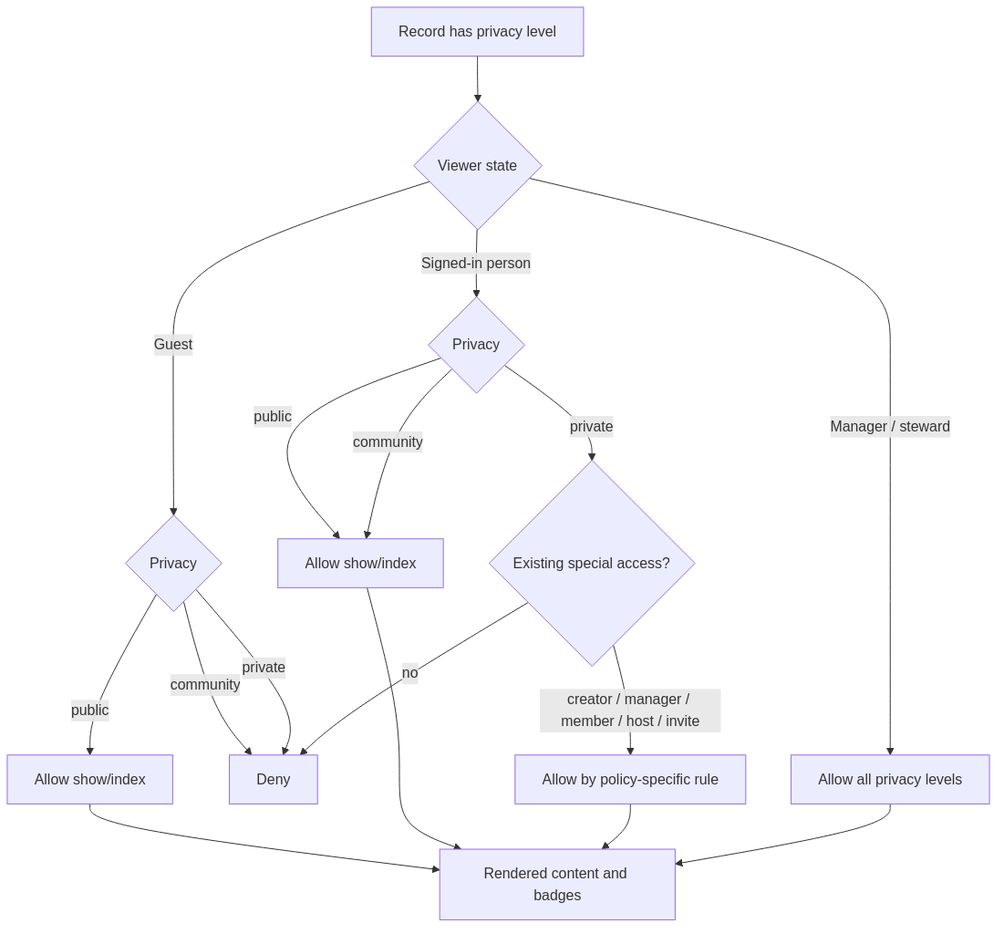
This is docs/diagrams/exports/png/community_privacy_visibility_flow.png from better-together-org/community-engine-rails, a Mermaid export, as it was before one commit. Its source is kept beside it as docs/diagrams/source/community_privacy_visibility_flow.mmd.
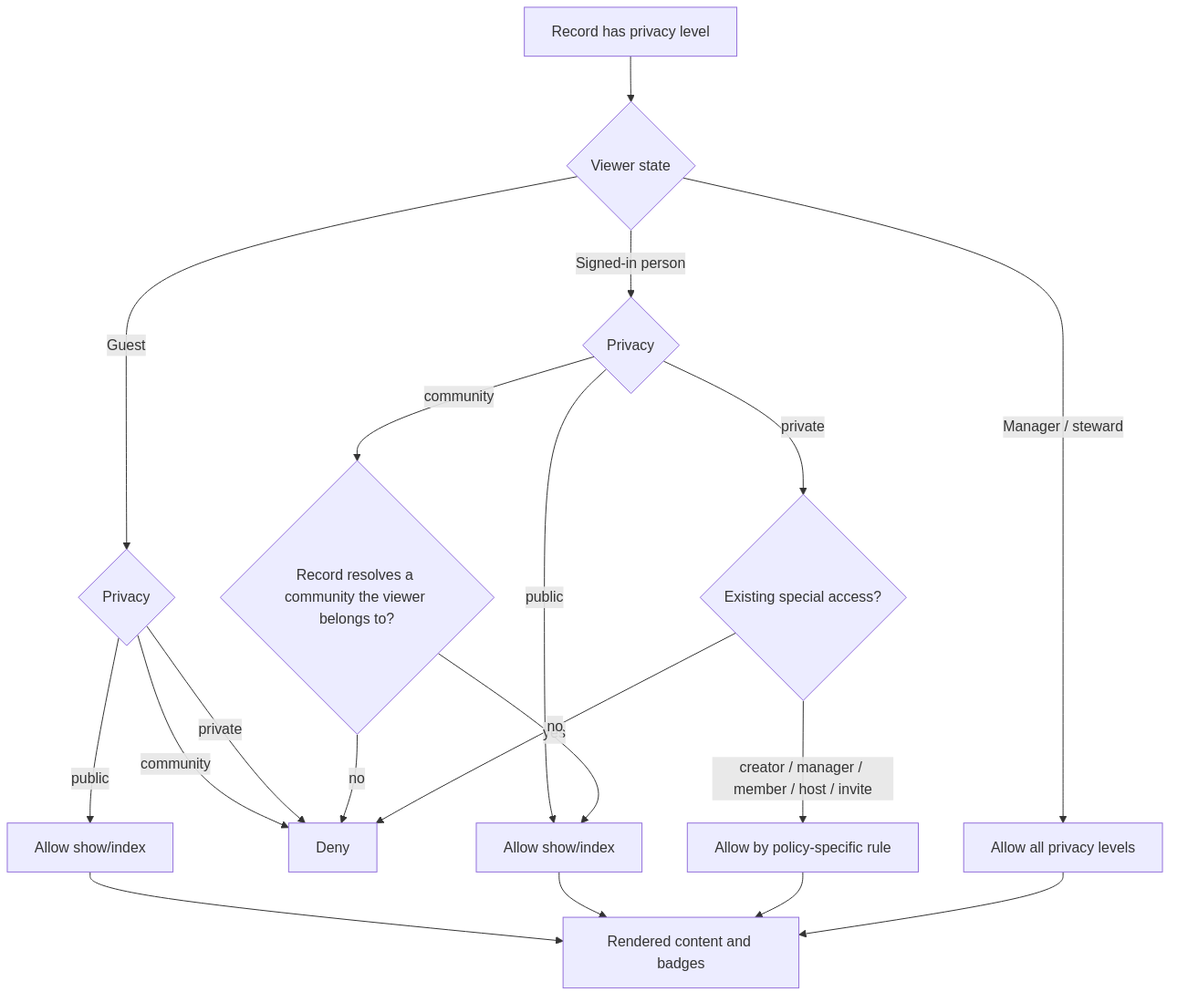
Above is the later version.

The edit, as a diff of the source:
```diff
@@ -8,15 +8,17 @@
 
     B -->|Signed-in person| F{Privacy}
     F -->|public| G[Allow show/index]
-    F -->|community| G
-    F -->|private| H{Existing special access?}
+    F -->|community| H{Record resolves a community the viewer belongs to?}
+    F -->|private| I{Existing special access?}
 
-    H -->|creator / manager / member / host / invite| I[Allow by policy-specific rule]
+    H -->|yes| G
     H -->|no| E
+    I -->|creator / manager / member / host / invite| J[Allow by policy-specific rule]
+    I -->|no| E
 
-    B -->|Manager / steward| J[Allow all privacy levels]
+    B -->|Manager / steward| K[Allow all privacy levels]
 
-    D --> K[Rendered content and badges]
-    G --> K
-    I --> K
-    J --> K
+    D --> L[Rendered content and badges]
+    G --> L
+    J --> L
+    K --> L
```
